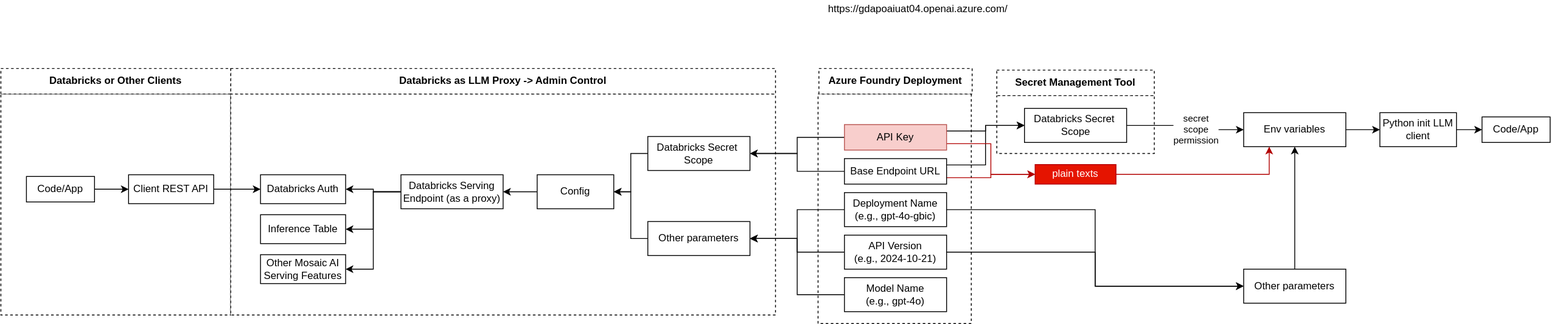
This is GenAI.drawio.svg from joshuavaple/draw-io, a draw.io export, as it was before one commit. Source tidied: cells renumbered, new cells last; positions are measured from the earlier drawing's top-left corner, leaving out a move shared by most shapes. Source of this version:
```xml
<mxGraphModel>
  <root>
    <mxCell id="0" />
    <mxCell id="1" parent="0" />
    <mxCell id="2" style="rounded=0;whiteSpace=wrap;html=1;dashed=1;" parent="1" vertex="1">
      <mxGeometry y="110" width="270" height="260" as="geometry" />
    </mxCell>
    <mxCell id="3" style="rounded=0;whiteSpace=wrap;html=1;dashed=1;" parent="1" vertex="1">
      <mxGeometry x="270" y="110" width="640" height="260" as="geometry" />
    </mxCell>
    <mxCell id="4" style="rounded=0;whiteSpace=wrap;html=1;dashed=1;" parent="1" vertex="1">
      <mxGeometry x="1170" y="112" width="185" height="68" as="geometry" />
    </mxCell>
    <mxCell id="5" style="rounded=0;whiteSpace=wrap;html=1;dashed=1;" parent="1" vertex="1">
      <mxGeometry x="960" y="110" width="180" height="270" as="geometry" />
    </mxCell>
    <mxCell id="6" value="Azure Foundry Deployment" style="rounded=0;whiteSpace=wrap;html=1;fontStyle=1;dashed=1;" parent="1" vertex="1">
      <mxGeometry x="961" y="80" width="180" height="30" as="geometry" />
    </mxCell>
    <mxCell id="7" style="edgeStyle=orthogonalEdgeStyle;rounded=0;jettySize=auto;html=1;entryX=1;entryY=0.5;entryDx=0;entryDy=0;" parent="1" edge="1" source="10" target="39">
      <mxGeometry relative="1" as="geometry" />
    </mxCell>
    <mxCell id="8" style="edgeStyle=orthogonalEdgeStyle;rounded=0;jettySize=auto;html=1;entryX=0;entryY=0.5;entryDx=0;entryDy=0;exitX=1;exitY=0.25;exitDx=0;exitDy=0;" parent="1" edge="1" source="10" target="33">
      <mxGeometry relative="1" as="geometry" />
    </mxCell>
    <mxCell id="9" style="edgeStyle=orthogonalEdgeStyle;rounded=0;jettySize=auto;html=1;entryX=0;entryY=0.5;entryDx=0;entryDy=0;exitX=1;exitY=0.75;exitDx=0;exitDy=0;fillColor=#e51400;strokeColor=#B20000;" parent="1" edge="1" source="10" target="55">
      <mxGeometry relative="1" as="geometry" />
    </mxCell>
    <mxCell id="10" value="Base Endpoint URL" style="rounded=0;whiteSpace=wrap;html=1;" parent="1" vertex="1">
      <mxGeometry x="991" y="186" width="120" height="30" as="geometry" />
    </mxCell>
    <mxCell id="11" value="https://gdapoaiuat04.openai.azure.com/" style="text;html=1;whiteSpace=wrap;strokeColor=none;fillColor=none;align=center;verticalAlign=middle;rounded=0;" parent="1" vertex="1">
      <mxGeometry x="960" width="235" height="20" as="geometry" />
    </mxCell>
    <mxCell id="12" style="edgeStyle=orthogonalEdgeStyle;rounded=0;jettySize=auto;html=1;entryX=1;entryY=0.5;entryDx=0;entryDy=0;" parent="1" edge="1" source="15" target="39">
      <mxGeometry relative="1" as="geometry" />
    </mxCell>
    <mxCell id="13" style="edgeStyle=orthogonalEdgeStyle;rounded=0;jettySize=auto;html=1;entryX=0;entryY=0.5;entryDx=0;entryDy=0;exitX=1;exitY=0.25;exitDx=0;exitDy=0;" parent="1" edge="1" source="15" target="33">
      <mxGeometry relative="1" as="geometry" />
    </mxCell>
    <mxCell id="14" style="edgeStyle=orthogonalEdgeStyle;rounded=0;jettySize=auto;html=1;entryX=0;entryY=0.5;entryDx=0;entryDy=0;exitX=1;exitY=0.75;exitDx=0;exitDy=0;fillColor=#e51400;strokeColor=#B20000;" parent="1" edge="1" source="15" target="55">
      <mxGeometry relative="1" as="geometry" />
    </mxCell>
    <mxCell id="15" value="API Key" style="rounded=0;whiteSpace=wrap;html=1;fillColor=#f8cecc;strokeColor=#b85450;" parent="1" vertex="1">
      <mxGeometry x="991" y="146" width="120" height="30" as="geometry" />
    </mxCell>
    <mxCell id="16" style="edgeStyle=orthogonalEdgeStyle;rounded=0;jettySize=auto;html=1;entryX=0;entryY=0.5;entryDx=0;entryDy=0;" parent="1" edge="1" source="18" target="26">
      <mxGeometry relative="1" as="geometry" />
    </mxCell>
    <mxCell id="17" style="edgeStyle=orthogonalEdgeStyle;rounded=0;jettySize=auto;html=1;entryX=1;entryY=0.5;entryDx=0;entryDy=0;" parent="1" edge="1" source="18" target="41">
      <mxGeometry relative="1" as="geometry" />
    </mxCell>
    <mxCell id="18" value="Deployment Name&lt;div&gt;(e.g., gpt-4o-gbic)&lt;/div&gt;" style="rounded=0;whiteSpace=wrap;html=1;" parent="1" vertex="1">
      <mxGeometry x="991" y="226" width="120" height="40" as="geometry" />
    </mxCell>
    <mxCell id="19" style="edgeStyle=orthogonalEdgeStyle;rounded=0;jettySize=auto;html=1;entryX=0;entryY=0.5;entryDx=0;entryDy=0;" parent="1" edge="1" source="21" target="26">
      <mxGeometry relative="1" as="geometry" />
    </mxCell>
    <mxCell id="20" style="edgeStyle=orthogonalEdgeStyle;rounded=0;jettySize=auto;html=1;entryX=1;entryY=0.5;entryDx=0;entryDy=0;" parent="1" edge="1" source="21" target="41">
      <mxGeometry relative="1" as="geometry" />
    </mxCell>
    <mxCell id="21" value="API Version&lt;div&gt;(e.g., 2024-10-21)&lt;/div&gt;" style="rounded=0;whiteSpace=wrap;html=1;" parent="1" vertex="1">
      <mxGeometry x="991" y="276" width="120" height="40" as="geometry" />
    </mxCell>
    <mxCell id="22" style="edgeStyle=orthogonalEdgeStyle;rounded=0;jettySize=auto;html=1;entryX=0;entryY=0.5;entryDx=0;entryDy=0;" parent="1" edge="1" source="23" target="30">
      <mxGeometry relative="1" as="geometry" />
    </mxCell>
    <mxCell id="23" value="Env variables" style="rounded=0;whiteSpace=wrap;html=1;" parent="1" vertex="1">
      <mxGeometry x="1460" y="132" width="120" height="40" as="geometry" />
    </mxCell>
    <mxCell id="24" value="Code/App" style="rounded=0;whiteSpace=wrap;html=1;" parent="1" vertex="1">
      <mxGeometry x="1740" y="137" width="80" height="30" as="geometry" />
    </mxCell>
    <mxCell id="25" style="edgeStyle=orthogonalEdgeStyle;rounded=0;jettySize=auto;html=1;entryX=0.5;entryY=1;entryDx=0;entryDy=0;" parent="1" edge="1" source="26" target="23">
      <mxGeometry relative="1" as="geometry" />
    </mxCell>
    <mxCell id="26" value="Other parameters" style="rounded=0;whiteSpace=wrap;html=1;" parent="1" vertex="1">
      <mxGeometry x="1460" y="316" width="120" height="40" as="geometry" />
    </mxCell>
    <mxCell id="27" style="edgeStyle=orthogonalEdgeStyle;rounded=0;jettySize=auto;html=1;entryX=1;entryY=0.5;entryDx=0;entryDy=0;" parent="1" edge="1" source="28" target="41">
      <mxGeometry relative="1" as="geometry" />
    </mxCell>
    <mxCell id="28" value="Model Name&lt;div&gt;(e.g., gpt-4o)&lt;/div&gt;" style="rounded=0;whiteSpace=wrap;html=1;" parent="1" vertex="1">
      <mxGeometry x="991" y="326" width="120" height="40" as="geometry" />
    </mxCell>
    <mxCell id="29" style="edgeStyle=orthogonalEdgeStyle;rounded=0;jettySize=auto;html=1;entryX=0;entryY=0.5;entryDx=0;entryDy=0;" parent="1" edge="1" source="30" target="24">
      <mxGeometry relative="1" as="geometry" />
    </mxCell>
    <mxCell id="30" value="Python init LLM client" style="rounded=0;whiteSpace=wrap;html=1;" parent="1" vertex="1">
      <mxGeometry x="1620" y="132" width="90" height="40" as="geometry" />
    </mxCell>
    <mxCell id="31" style="edgeStyle=orthogonalEdgeStyle;rounded=0;jettySize=auto;html=1;entryX=0;entryY=0.5;entryDx=0;entryDy=0;" parent="1" edge="1" source="33" target="23">
      <mxGeometry relative="1" as="geometry" />
    </mxCell>
    <mxCell id="32" value="secret&lt;div&gt;scope&lt;/div&gt;&lt;div&gt;permission&lt;/div&gt;" style="edgeLabel;html=1;align=center;verticalAlign=middle;" parent="31" vertex="1">
      <mxGeometry x="0.05" relative="1" as="geometry">
        <mxPoint x="11" as="offset" />
      </mxGeometry>
    </mxCell>
    <mxCell id="33" value="Databricks Secret&amp;nbsp; Scope" style="rounded=0;whiteSpace=wrap;html=1;" parent="1" vertex="1">
      <mxGeometry x="1202.5" y="127" width="120" height="40" as="geometry" />
    </mxCell>
    <mxCell id="34" style="edgeStyle=orthogonalEdgeStyle;rounded=0;jettySize=auto;html=1;" parent="1" edge="1" source="37" target="44">
      <mxGeometry relative="1" as="geometry" />
    </mxCell>
    <mxCell id="35" style="edgeStyle=orthogonalEdgeStyle;rounded=0;jettySize=auto;html=1;entryX=1;entryY=0.5;entryDx=0;entryDy=0;" parent="1" edge="1" source="37" target="45">
      <mxGeometry relative="1" as="geometry" />
    </mxCell>
    <mxCell id="36" style="edgeStyle=orthogonalEdgeStyle;rounded=0;jettySize=auto;html=1;entryX=1;entryY=0.5;entryDx=0;entryDy=0;" parent="1" edge="1" source="37" target="46">
      <mxGeometry relative="1" as="geometry" />
    </mxCell>
    <mxCell id="37" value="Databricks Serving Endpoint (as a proxy)" style="rounded=0;whiteSpace=wrap;html=1;" parent="1" vertex="1">
      <mxGeometry x="470" y="205" width="120" height="40" as="geometry" />
    </mxCell>
    <mxCell id="38" style="edgeStyle=orthogonalEdgeStyle;rounded=0;jettySize=auto;html=1;entryX=1;entryY=0.5;entryDx=0;entryDy=0;" parent="1" edge="1" source="39" target="43">
      <mxGeometry relative="1" as="geometry" />
    </mxCell>
    <mxCell id="39" value="Databricks Secret&amp;nbsp; Scope" style="rounded=0;whiteSpace=wrap;html=1;" parent="1" vertex="1">
      <mxGeometry x="760" y="160" width="120" height="40" as="geometry" />
    </mxCell>
    <mxCell id="40" style="edgeStyle=orthogonalEdgeStyle;rounded=0;jettySize=auto;html=1;entryX=1;entryY=0.5;entryDx=0;entryDy=0;" parent="1" edge="1" source="41" target="43">
      <mxGeometry relative="1" as="geometry" />
    </mxCell>
    <mxCell id="41" value="Other parameters" style="rounded=0;whiteSpace=wrap;html=1;" parent="1" vertex="1">
      <mxGeometry x="760" y="260" width="120" height="40" as="geometry" />
    </mxCell>
    <mxCell id="42" style="edgeStyle=orthogonalEdgeStyle;rounded=0;jettySize=auto;html=1;entryX=1;entryY=0.5;entryDx=0;entryDy=0;" parent="1" edge="1" source="43" target="37">
      <mxGeometry relative="1" as="geometry" />
    </mxCell>
    <mxCell id="43" value="Config" style="rounded=0;whiteSpace=wrap;html=1;" parent="1" vertex="1">
      <mxGeometry x="630" y="205" width="90" height="40" as="geometry" />
    </mxCell>
    <mxCell id="44" value="Databricks Auth" style="rounded=0;whiteSpace=wrap;html=1;" parent="1" vertex="1">
      <mxGeometry x="305" y="205" width="100" height="34" as="geometry" />
    </mxCell>
    <mxCell id="45" value="Inference Table" style="rounded=0;whiteSpace=wrap;html=1;" parent="1" vertex="1">
      <mxGeometry x="305" y="252" width="100" height="34" as="geometry" />
    </mxCell>
    <mxCell id="46" value="Other Mosaic AI Serving Features" style="rounded=0;whiteSpace=wrap;html=1;" parent="1" vertex="1">
      <mxGeometry x="305" y="299" width="100" height="34" as="geometry" />
    </mxCell>
    <mxCell id="47" style="edgeStyle=orthogonalEdgeStyle;rounded=0;jettySize=auto;html=1;entryX=0;entryY=0.5;entryDx=0;entryDy=0;" parent="1" edge="1" source="48" target="44">
      <mxGeometry relative="1" as="geometry" />
    </mxCell>
    <mxCell id="48" value="Client REST API" style="rounded=0;whiteSpace=wrap;html=1;" parent="1" vertex="1">
      <mxGeometry x="150" y="205" width="100" height="34" as="geometry" />
    </mxCell>
    <mxCell id="49" value="Secret Management Tool" style="rounded=0;whiteSpace=wrap;html=1;fontStyle=1;dashed=1;" parent="1" vertex="1">
      <mxGeometry x="1170" y="82" width="185" height="30" as="geometry" />
    </mxCell>
    <mxCell id="50" value="Databricks as LLM Proxy -&amp;gt; Admin Control" style="rounded=0;whiteSpace=wrap;html=1;fontStyle=1;dashed=1;" parent="1" vertex="1">
      <mxGeometry x="270" y="80" width="640" height="30" as="geometry" />
    </mxCell>
    <mxCell id="51" style="edgeStyle=orthogonalEdgeStyle;rounded=0;jettySize=auto;html=1;entryX=0;entryY=0.5;entryDx=0;entryDy=0;" parent="1" edge="1" source="52" target="48">
      <mxGeometry relative="1" as="geometry" />
    </mxCell>
    <mxCell id="52" value="Code/App" style="rounded=0;whiteSpace=wrap;html=1;" parent="1" vertex="1">
      <mxGeometry x="30" y="207" width="80" height="30" as="geometry" />
    </mxCell>
    <mxCell id="53" value="Databricks or Other Clients" style="rounded=0;whiteSpace=wrap;html=1;fontStyle=1;dashed=1;" parent="1" vertex="1">
      <mxGeometry y="80" width="270" height="30" as="geometry" />
    </mxCell>
    <mxCell id="54" style="edgeStyle=orthogonalEdgeStyle;rounded=0;jettySize=auto;html=1;entryX=0.25;entryY=1;entryDx=0;entryDy=0;fillColor=#e51400;strokeColor=#B20000;" parent="1" edge="1" source="55" target="23">
      <mxGeometry relative="1" as="geometry" />
    </mxCell>
    <mxCell id="55" value="plain texts" style="rounded=0;whiteSpace=wrap;html=1;fillColor=#e51400;strokeColor=#B20000;fontColor=#ffffff;" parent="1" vertex="1">
      <mxGeometry x="1215" y="193" width="95" height="23" as="geometry" />
    </mxCell>
  </root>
</mxGraphModel>
```
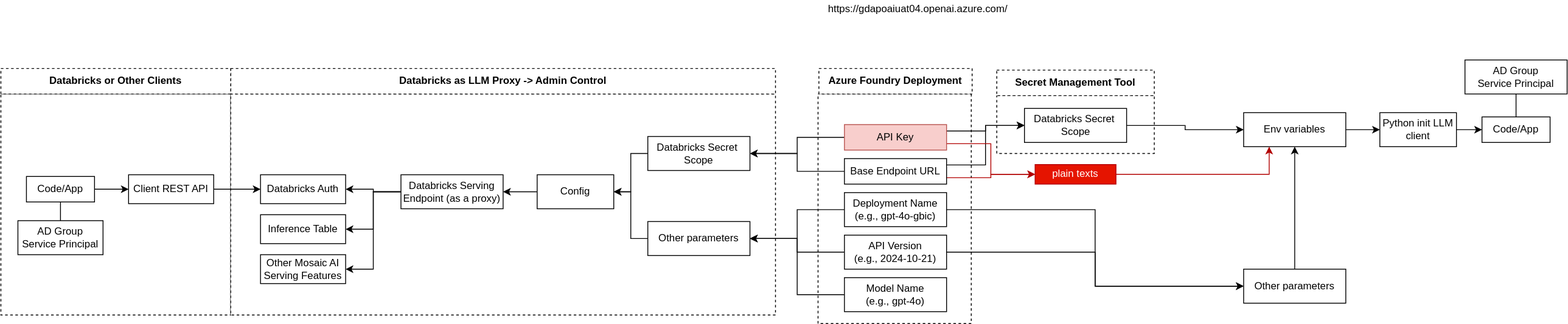
After the change.

Change to the diagram source:
```diff
@@ -68,6 +68,9 @@
     <mxCell id="23" value="Env variables" style="rounded=0;whiteSpace=wrap;html=1;" parent="1" vertex="1">
       <mxGeometry x="1460" y="132" width="120" height="40" as="geometry" />
     </mxCell>
+    <mxCell id="56" style="edgeStyle=orthogonalEdgeStyle;rounded=0;jettySize=auto;html=1;entryX=0.5;entryY=1;entryDx=0;entryDy=0;endArrow=none;endFill=0;" parent="1" edge="1" source="24" target="58">
+      <mxGeometry relative="1" as="geometry" />
+    </mxCell>
     <mxCell id="24" value="Code/App" style="rounded=0;whiteSpace=wrap;html=1;" parent="1" vertex="1">
       <mxGeometry x="1740" y="137" width="80" height="30" as="geometry" />
     </mxCell>
@@ -92,11 +95,6 @@
     <mxCell id="31" style="edgeStyle=orthogonalEdgeStyle;rounded=0;jettySize=auto;html=1;entryX=0;entryY=0.5;entryDx=0;entryDy=0;" parent="1" edge="1" source="33" target="23">
       <mxGeometry relative="1" as="geometry" />
     </mxCell>
-    <mxCell id="32" value="secret&lt;div&gt;scope&lt;/div&gt;&lt;div&gt;permission&lt;/div&gt;" style="edgeLabel;html=1;align=center;verticalAlign=middle;" parent="31" vertex="1">
-      <mxGeometry x="0.05" relative="1" as="geometry">
-        <mxPoint x="11" as="offset" />
-      </mxGeometry>
-    </mxCell>
     <mxCell id="33" value="Databricks Secret&amp;nbsp; Scope" style="rounded=0;whiteSpace=wrap;html=1;" parent="1" vertex="1">
       <mxGeometry x="1202.5" y="127" width="120" height="40" as="geometry" />
     </mxCell>
@@ -154,6 +152,9 @@
     <mxCell id="51" style="edgeStyle=orthogonalEdgeStyle;rounded=0;jettySize=auto;html=1;entryX=0;entryY=0.5;entryDx=0;entryDy=0;" parent="1" edge="1" source="52" target="48">
       <mxGeometry relative="1" as="geometry" />
     </mxCell>
+    <mxCell id="57" style="edgeStyle=orthogonalEdgeStyle;rounded=0;jettySize=auto;html=1;entryX=0.5;entryY=0;entryDx=0;entryDy=0;endArrow=none;endFill=0;" parent="1" edge="1" source="52" target="59">
+      <mxGeometry relative="1" as="geometry" />
+    </mxCell>
     <mxCell id="52" value="Code/App" style="rounded=0;whiteSpace=wrap;html=1;" parent="1" vertex="1">
       <mxGeometry x="30" y="207" width="80" height="30" as="geometry" />
     </mxCell>
@@ -166,5 +167,11 @@
     <mxCell id="55" value="plain texts" style="rounded=0;whiteSpace=wrap;html=1;fillColor=#e51400;strokeColor=#B20000;fontColor=#ffffff;" parent="1" vertex="1">
       <mxGeometry x="1215" y="193" width="95" height="23" as="geometry" />
     </mxCell>
+    <mxCell id="58" value="AD Group&lt;div&gt;Service Principal&lt;/div&gt;" style="rounded=0;whiteSpace=wrap;html=1;" parent="1" vertex="1">
+      <mxGeometry x="1720" y="70" width="120" height="40" as="geometry" />
+    </mxCell>
+    <mxCell id="59" value="AD Group&lt;div&gt;Service Principal&lt;/div&gt;" style="rounded=0;whiteSpace=wrap;html=1;" parent="1" vertex="1">
+      <mxGeometry x="20" y="259" width="100" height="40" as="geometry" />
+    </mxCell>
   </root>
 </mxGraphModel>
```
